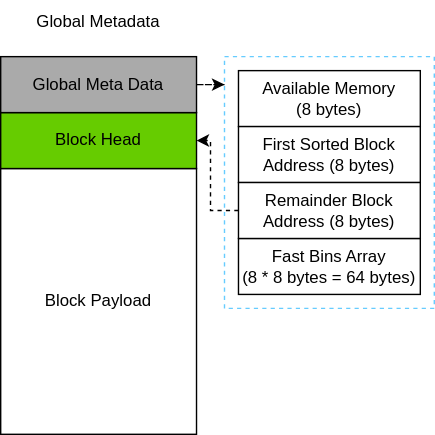
Earlier version of the draw.io export doc/img/deepvm-mem-global-metadata.svg (deeplang-org/deeplang). Source tidied: cells renumbered, new cells last; positions are measured from the earlier drawing's top-left corner, leaving out a move shared by most shapes. The source it was exported from:
```xml
<mxGraphModel>
  <root>
    <mxCell id="0" />
    <mxCell id="1" parent="0" />
    <mxCell id="2" value="Block Payload" style="rounded=0;whiteSpace=wrap;html=1;" parent="1" vertex="1">
      <mxGeometry y="120" width="140" height="190" as="geometry" />
    </mxCell>
    <mxCell id="3" value="Global Metadata" style="text;html=1;strokeColor=none;fillColor=none;align=center;verticalAlign=middle;whiteSpace=wrap;rounded=0;dashed=1;" parent="1" vertex="1">
      <mxGeometry width="140" height="30" as="geometry" />
    </mxCell>
    <mxCell id="4" value="Block Head" style="rounded=0;whiteSpace=wrap;html=1;fillColor=#66cc00;" parent="1" vertex="1">
      <mxGeometry y="80" width="140" height="40" as="geometry" />
    </mxCell>
    <mxCell id="5" style="edgeStyle=orthogonalEdgeStyle;rounded=0;jettySize=auto;html=1;entryX=0;entryY=0.111;entryDx=0;entryDy=0;entryPerimeter=0;dashed=1;" parent="1" edge="1" source="6" target="8">
      <mxGeometry relative="1" as="geometry" />
    </mxCell>
    <mxCell id="6" value="Global Meta Data" style="rounded=0;whiteSpace=wrap;html=1;fillColor=#aaaaaa;" parent="1" vertex="1">
      <mxGeometry y="40" width="140" height="40" as="geometry" />
    </mxCell>
    <mxCell id="7" style="group;" parent="1" vertex="1">
      <mxGeometry x="160" y="40" width="150" height="180" as="geometry" />
    </mxCell>
    <mxCell id="8" style="rounded=0;whiteSpace=wrap;html=1;fillColor=none;dashed=1;strokeColor=#66ccff;" parent="7" vertex="1">
      <mxGeometry width="150" height="180" as="geometry" />
    </mxCell>
    <mxCell id="9" value="Available Memory&lt;br&gt;(8 bytes)" style="rounded=0;whiteSpace=wrap;html=1;fillColor=#FFFFFF;" parent="7" vertex="1">
      <mxGeometry x="10" y="10" width="130" height="40" as="geometry" />
    </mxCell>
    <mxCell id="10" value="First Sorted Block Address (8 bytes)" style="rounded=0;whiteSpace=wrap;html=1;fillColor=#FFFFFF;" parent="7" vertex="1">
      <mxGeometry x="10" y="50" width="130" height="40" as="geometry" />
    </mxCell>
    <mxCell id="11" value="Fast Bins Array&lt;br&gt;(8 * 8 bytes = 64 bytes)" style="rounded=0;whiteSpace=wrap;html=1;" parent="7" vertex="1">
      <mxGeometry x="10" y="130" width="130" height="40" as="geometry" />
    </mxCell>
    <mxCell id="12" value="Remainder Block Address (8 bytes)" style="rounded=0;whiteSpace=wrap;html=1;fillColor=#FFFFFF;" parent="7" vertex="1">
      <mxGeometry x="10" y="90" width="130" height="40" as="geometry" />
    </mxCell>
    <mxCell id="13" style="edgeStyle=orthogonalEdgeStyle;rounded=0;jettySize=auto;html=1;entryX=1;entryY=0.5;entryDx=0;entryDy=0;dashed=1;" parent="1" edge="1" source="12" target="4">
      <mxGeometry relative="1" as="geometry">
        <Array as="points">
          <mxPoint x="150" y="150" />
          <mxPoint x="150" y="100" />
        </Array>
      </mxGeometry>
    </mxCell>
  </root>
</mxGraphModel>
```
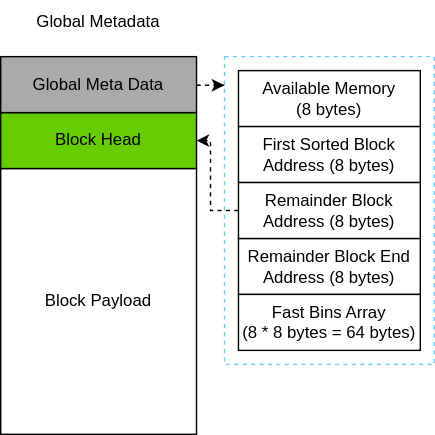
Above is the later version.

Commit message:
[document]: update memory management doc to fit the new implementation

Diff of the diagram source:
```diff
@@ -11,37 +11,44 @@
     <mxCell id="4" value="Block Head" style="rounded=0;whiteSpace=wrap;html=1;fillColor=#66cc00;" parent="1" vertex="1">
       <mxGeometry y="80" width="140" height="40" as="geometry" />
     </mxCell>
-    <mxCell id="5" style="edgeStyle=orthogonalEdgeStyle;rounded=0;jettySize=auto;html=1;entryX=0;entryY=0.111;entryDx=0;entryDy=0;entryPerimeter=0;dashed=1;" parent="1" edge="1" source="6" target="8">
-      <mxGeometry relative="1" as="geometry" />
-    </mxCell>
+    <mxCell id="14" style="edgeStyle=orthogonalEdgeStyle;rounded=0;jettySize=auto;html=1;entryX=-0.001;entryY=0.093;entryDx=0;entryDy=0;entryPerimeter=0;dashed=1;" parent="1" edge="1" source="6" target="16">
+      <mxGeometry relative="1" as="geometry">
+        <Array as="points">
+          <mxPoint x="160" y="60" />
+        </Array>
+      </mxGeometry>
+    </mxCell>
     <mxCell id="6" value="Global Meta Data" style="rounded=0;whiteSpace=wrap;html=1;fillColor=#aaaaaa;" parent="1" vertex="1">
       <mxGeometry y="40" width="140" height="40" as="geometry" />
     </mxCell>
-    <mxCell id="7" style="group;" parent="1" vertex="1">
-      <mxGeometry x="160" y="40" width="150" height="180" as="geometry" />
-    </mxCell>
-    <mxCell id="8" style="rounded=0;whiteSpace=wrap;html=1;fillColor=none;dashed=1;strokeColor=#66ccff;" parent="7" vertex="1">
-      <mxGeometry width="150" height="180" as="geometry" />
-    </mxCell>
+    <mxCell id="13" style="edgeStyle=orthogonalEdgeStyle;rounded=0;jettySize=auto;html=1;entryX=1;entryY=0.5;entryDx=0;entryDy=0;dashed=1;" parent="1" edge="1" source="12" target="4">
+      <mxGeometry relative="1" as="geometry">
+        <Array as="points">
+          <mxPoint x="150" y="150" />
+          <mxPoint x="150" y="100" />
+        </Array>
+      </mxGeometry>
+    </mxCell>
+    <mxCell id="15" style="group;" parent="1" vertex="1">
+      <mxGeometry x="160" y="40" width="150" height="220" as="geometry" />
+    </mxCell>
+    <mxCell id="16" style="rounded=0;whiteSpace=wrap;html=1;fillColor=none;dashed=1;strokeColor=#66ccff;" parent="15" vertex="1">
+      <mxGeometry width="150" height="220" as="geometry" />
+    </mxCell>
-    <mxCell id="9" value="Available Memory&lt;br&gt;(8 bytes)" style="rounded=0;whiteSpace=wrap;html=1;fillColor=#FFFFFF;" parent="7" vertex="1">
+    <mxCell id="9" value="Available Memory&lt;br&gt;(8 bytes)" style="rounded=0;whiteSpace=wrap;html=1;fillColor=#FFFFFF;" parent="15" vertex="1">
       <mxGeometry x="10" y="10" width="130" height="40" as="geometry" />
     </mxCell>
-    <mxCell id="10" value="First Sorted Block Address (8 bytes)" style="rounded=0;whiteSpace=wrap;html=1;fillColor=#FFFFFF;" parent="7" vertex="1">
+    <mxCell id="10" value="First Sorted Block Address (8 bytes)" style="rounded=0;whiteSpace=wrap;html=1;fillColor=#FFFFFF;" parent="15" vertex="1">
       <mxGeometry x="10" y="50" width="130" height="40" as="geometry" />
     </mxCell>
+    <mxCell id="17" value="Remainder Block End Address (8 bytes)" style="rounded=0;whiteSpace=wrap;html=1;" parent="15" vertex="1">
+      <mxGeometry x="10" y="130" width="130" height="40" as="geometry" />
+    </mxCell>
+    <mxCell id="12" value="Remainder Block Address (8 bytes)" style="rounded=0;whiteSpace=wrap;html=1;fillColor=#FFFFFF;" parent="15" vertex="1">
+      <mxGeometry x="10" y="90" width="130" height="40" as="geometry" />
+    </mxCell>
-    <mxCell id="11" value="Fast Bins Array&lt;br&gt;(8 * 8 bytes = 64 bytes)" style="rounded=0;whiteSpace=wrap;html=1;" parent="7" vertex="1">
-      <mxGeometry x="10" y="130" width="130" height="40" as="geometry" />
+    <mxCell id="11" value="Fast Bins Array&lt;br&gt;(8 * 8 bytes = 64 bytes)" style="rounded=0;whiteSpace=wrap;html=1;" parent="15" vertex="1">
+      <mxGeometry x="10" y="170" width="130" height="40" as="geometry" />
     </mxCell>
-    <mxCell id="12" value="Remainder Block Address (8 bytes)" style="rounded=0;whiteSpace=wrap;html=1;fillColor=#FFFFFF;" parent="7" vertex="1">
-      <mxGeometry x="10" y="90" width="130" height="40" as="geometry" />
-    </mxCell>
-    <mxCell id="13" style="edgeStyle=orthogonalEdgeStyle;rounded=0;jettySize=auto;html=1;entryX=1;entryY=0.5;entryDx=0;entryDy=0;dashed=1;" parent="1" edge="1" source="12" target="4">
-      <mxGeometry relative="1" as="geometry">
-        <Array as="points">
-          <mxPoint x="150" y="150" />
-          <mxPoint x="150" y="100" />
-        </Array>
-      </mxGeometry>
-    </mxCell>
   </root>
 </mxGraphModel>
```
